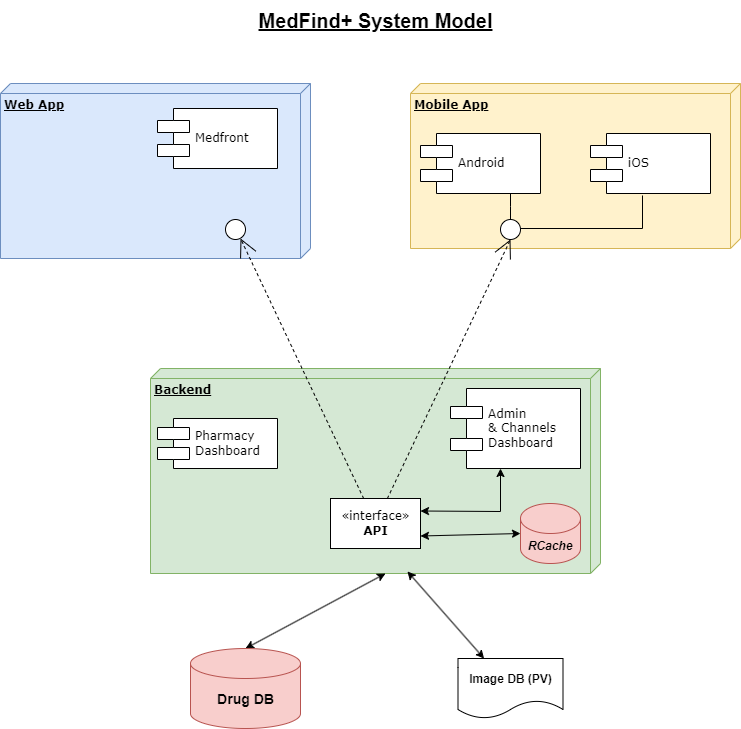
Before: MedFind01.drawio.png, a diagram exported from draw.io (cephydex/archdiags). Source tidied: cells renumbered, new cells last; positions are measured from the earlier drawing's top-left corner, leaving out a move shared by most shapes.
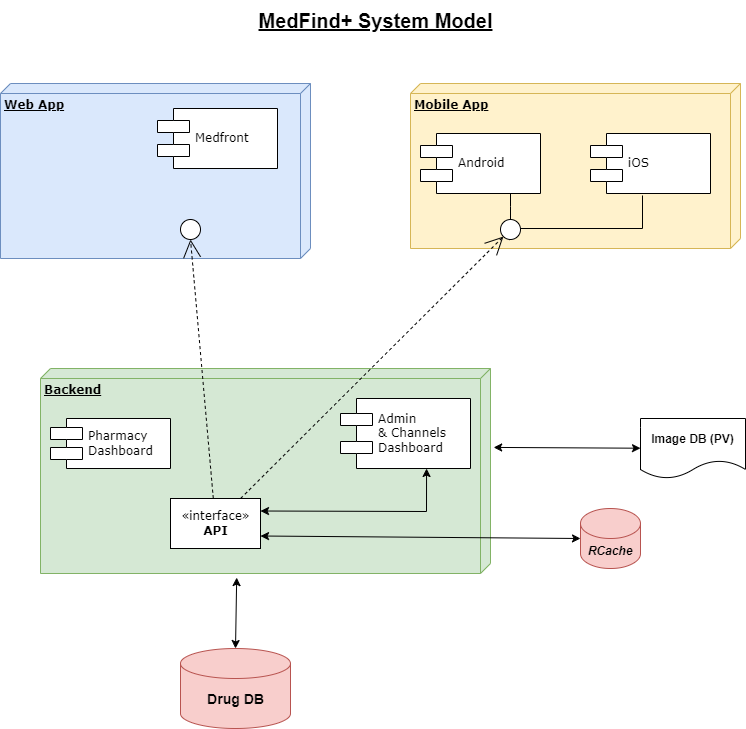
Above is the later version.

The edit, as a diff of the source:
```diff
@@ -9,26 +9,24 @@
       <mxGeometry x="410" y="83" width="330" height="165" as="geometry" />
     </mxCell>
     <mxCell id="4" value="&lt;b&gt;Backend&lt;/b&gt;" style="verticalAlign=top;align=left;spacingTop=8;spacingLeft=2;spacingRight=12;shape=cube;size=10;direction=south;fontStyle=4;html=1;rounded=0;shadow=0;comic=0;labelBackgroundColor=none;strokeWidth=1;fontFamily=Verdana;fontSize=12;fillColor=#d5e8d4;strokeColor=#82b366;" parent="1" vertex="1">
-      <mxGeometry x="150" y="368" width="450" height="205" as="geometry" />
+      <mxGeometry x="40" y="368" width="450" height="205" as="geometry" />
     </mxCell>
     <mxCell id="5" value="Medfront" style="shape=component;align=left;spacingLeft=36;rounded=0;shadow=0;comic=0;labelBackgroundColor=none;strokeWidth=1;fontFamily=Verdana;fontSize=12;html=1;" parent="1" vertex="1">
       <mxGeometry x="157" y="108" width="120" height="60" as="geometry" />
     </mxCell>
     <mxCell id="6" style="ellipse;whiteSpace=wrap;html=1;rounded=0;shadow=0;comic=0;labelBackgroundColor=none;strokeWidth=1;fontFamily=Verdana;fontSize=12;align=center;" parent="1" vertex="1">
-      <mxGeometry x="225" y="219" width="20" height="20" as="geometry" />
+      <mxGeometry x="180" y="219" width="20" height="20" as="geometry" />
     </mxCell>
     <mxCell id="7" value="Android" style="shape=component;align=left;spacingLeft=36;rounded=0;shadow=0;comic=0;labelBackgroundColor=none;strokeWidth=1;fontFamily=Verdana;fontSize=12;html=1;" parent="1" vertex="1">
       <mxGeometry x="420" y="133" width="120" height="60" as="geometry" />
     </mxCell>
     <mxCell id="8" value="Admin&lt;br&gt;&amp;amp; Channels &lt;br&gt;Dashboard" style="shape=component;align=left;spacingLeft=36;rounded=0;shadow=0;comic=0;labelBackgroundColor=none;strokeWidth=1;fontFamily=Verdana;fontSize=12;html=1;" parent="1" vertex="1">
-      <mxGeometry x="450" y="388" width="130" height="80" as="geometry" />
+      <mxGeometry x="340" y="398" width="130" height="70" as="geometry" />
     </mxCell>
-    <mxCell id="9" style="edgeStyle=none;rounded=0;html=1;dashed=1;labelBackgroundColor=none;startArrow=none;startFill=0;startSize=8;endArrow=open;endFill=0;endSize=16;fontFamily=Verdana;fontSize=12;" parent="1" edge="1" source="14">
-      <mxGeometry relative="1" as="geometry">
-        <mxPoint x="240" y="238" as="targetPoint" />
-      </mxGeometry>
+    <mxCell id="9" style="edgeStyle=none;rounded=0;html=1;dashed=1;labelBackgroundColor=none;startArrow=none;startFill=0;startSize=8;endArrow=open;endFill=0;endSize=16;fontFamily=Verdana;fontSize=12;entryX=0.5;entryY=1;entryDx=0;entryDy=0;" parent="1" edge="1" source="14" target="6">
+      <mxGeometry relative="1" as="geometry" />
     </mxCell>
-    <mxCell id="10" style="edgeStyle=none;rounded=0;html=1;dashed=1;labelBackgroundColor=none;startArrow=none;startFill=0;startSize=8;endArrow=open;endFill=0;endSize=16;fontFamily=Verdana;fontSize=12;entryX=0.5;entryY=1;entryDx=0;entryDy=0;" parent="1" edge="1" source="14" target="18">
+    <mxCell id="10" style="edgeStyle=none;rounded=0;html=1;dashed=1;labelBackgroundColor=none;startArrow=none;startFill=0;startSize=8;endArrow=open;endFill=0;endSize=16;fontFamily=Verdana;fontSize=12;" parent="1" edge="1" source="14" target="18">
       <mxGeometry relative="1" as="geometry" />
     </mxCell>
     <mxCell id="11" style="edgeStyle=elbowEdgeStyle;rounded=0;html=1;labelBackgroundColor=none;startArrow=none;startFill=0;startSize=8;endArrow=none;endFill=0;endSize=16;fontFamily=Verdana;fontSize=12;" parent="1" edge="1" source="18" target="7">
@@ -46,9 +44,9 @@
       </mxGeometry>
     </mxCell>
     <mxCell id="14" value="«interface»&lt;br&gt;&lt;b&gt;API&lt;/b&gt;" style="html=1;rounded=0;shadow=0;comic=0;labelBackgroundColor=none;strokeWidth=1;fontFamily=Verdana;fontSize=12;align=center;" parent="1" vertex="1">
-      <mxGeometry x="330" y="498" width="90" height="50" as="geometry" />
+      <mxGeometry x="170" y="498" width="90" height="50" as="geometry" />
     </mxCell>
-    <mxCell id="15" style="endArrow=classic;startArrow=classic;html=1;rounded=0;exitX=0.5;exitY=0;exitDx=0;exitDy=0;exitPerimeter=0;entryX=0;entryY=0;entryDx=205;entryDy=215;entryPerimeter=0;" parent="1" edge="1" source="25" target="4">
+    <mxCell id="15" style="endArrow=classic;startArrow=classic;html=1;rounded=0;exitX=0.5;exitY=0;exitDx=0;exitDy=0;exitPerimeter=0;entryX=1.02;entryY=0.564;entryDx=0;entryDy=0;entryPerimeter=0;" parent="1" edge="1" source="25" target="4">
       <mxGeometry relative="1" as="geometry" />
     </mxCell>
     <mxCell id="16" value="&lt;u&gt;MedFind+ System Model&lt;/u&gt;" style="text;html=1;align=center;verticalAlign=middle;strokeColor=none;fillColor=none;fontSize=20;fontStyle=1;" parent="1" vertex="1">
@@ -63,16 +61,15 @@
       <mxGeometry x="500" y="219" width="20" height="20" as="geometry" />
     </mxCell>
     <mxCell id="19" value="Pharmacy&lt;br&gt;Dashboard" style="shape=component;align=left;spacingLeft=36;rounded=0;shadow=0;comic=0;labelBackgroundColor=none;strokeWidth=1;fontFamily=Verdana;fontSize=12;html=1;" parent="1" vertex="1">
-      <mxGeometry x="157" y="418" width="120" height="50" as="geometry" />
+      <mxGeometry x="50" y="418" width="120" height="50" as="geometry" />
     </mxCell>
     <mxCell id="20" value="&lt;i&gt;&lt;b&gt;RCache&lt;/b&gt;&lt;/i&gt;" style="shape=cylinder3;whiteSpace=wrap;html=1;boundedLbl=1;backgroundOutline=1;size=15;fillColor=#f8cecc;strokeColor=#b85450;" parent="1" vertex="1">
-      <mxGeometry x="520" y="503" width="60" height="60" as="geometry" />
+      <mxGeometry x="580" y="508" width="60" height="60" as="geometry" />
     </mxCell>
-    <mxCell id="21" style="endArrow=classic;startArrow=classic;html=1;rounded=0;exitX=1;exitY=0.25;exitDx=0;exitDy=0;" parent="1" edge="1" source="14">
+    <mxCell id="21" style="endArrow=classic;startArrow=classic;html=1;rounded=0;exitX=1;exitY=0.25;exitDx=0;exitDy=0;entryX=0.662;entryY=1;entryDx=0;entryDy=0;entryPerimeter=0;" parent="1" edge="1" source="14" target="8">
       <mxGeometry relative="1" as="geometry">
-        <mxPoint x="500" y="468" as="targetPoint" />
         <Array as="points">
-          <mxPoint x="500" y="511" />
+          <mxPoint x="426" y="511" />
         </Array>
       </mxGeometry>
     </mxCell>
@@ -80,10 +77,10 @@
       <mxGeometry relative="1" as="geometry" />
     </mxCell>
     <mxCell id="23" value="&lt;b&gt;Image DB (PV)&lt;/b&gt;" style="shape=document;whiteSpace=wrap;html=1;boundedLbl=1;" parent="1" vertex="1">
-      <mxGeometry x="457.5" y="658" width="105" height="60" as="geometry" />
+      <mxGeometry x="640" y="418" width="105" height="60" as="geometry" />
     </mxCell>
     <mxCell id="24" style="group;" parent="1" vertex="1">
-      <mxGeometry x="190" y="648" width="110" height="80" as="geometry" />
+      <mxGeometry x="180" y="648" width="110" height="80" as="geometry" />
     </mxCell>
     <mxCell id="25" style="shape=cylinder3;whiteSpace=wrap;html=1;boundedLbl=1;backgroundOutline=1;size=15;fillColor=#f8cecc;strokeColor=#b85450;" parent="24" vertex="1">
       <mxGeometry width="110" height="80" as="geometry" />
@@ -91,7 +88,7 @@
     <mxCell id="26" value="Drug DB" style="text;html=1;align=center;verticalAlign=middle;strokeColor=none;fillColor=none;fontSize=14;fontStyle=1;" parent="24" vertex="1">
       <mxGeometry x="15" y="36" width="80" height="30" as="geometry" />
     </mxCell>
-    <mxCell id="27" style="endArrow=classic;startArrow=classic;html=1;rounded=0;entryX=0.99;entryY=0.429;entryDx=0;entryDy=0;entryPerimeter=0;" parent="1" edge="1" source="23" target="4">
+    <mxCell id="27" style="endArrow=classic;startArrow=classic;html=1;rounded=0;entryX=0.385;entryY=-0.007;entryDx=0;entryDy=0;entryPerimeter=0;" parent="1" edge="1" source="23" target="4">
       <mxGeometry relative="1" as="geometry" />
     </mxCell>
   </root>
```
